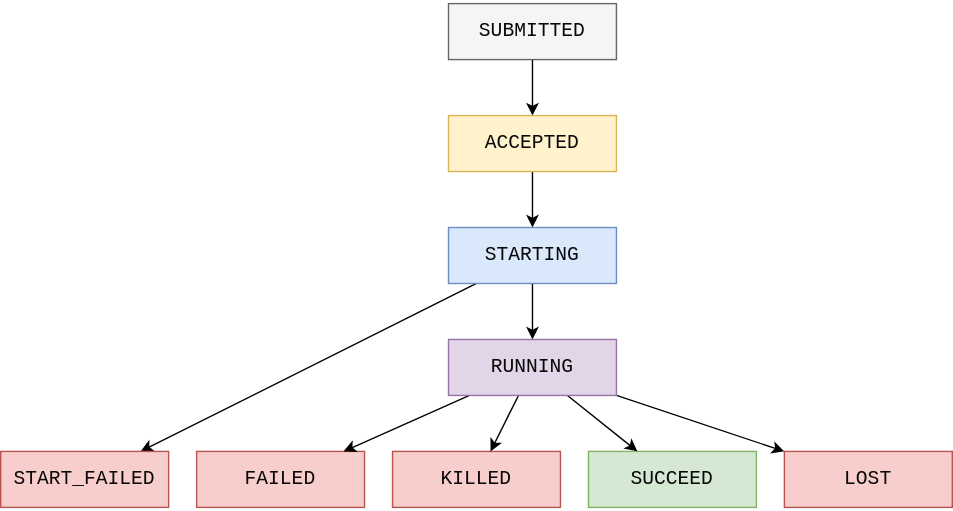
This is doc/assets/img/engine_execution_status.svg from rarexixi/maple, a draw.io export, as it was before one commit. Source tidied: cells renumbered, new cells last; positions are measured from the earlier drawing's top-left corner, leaving out a move shared by most shapes.
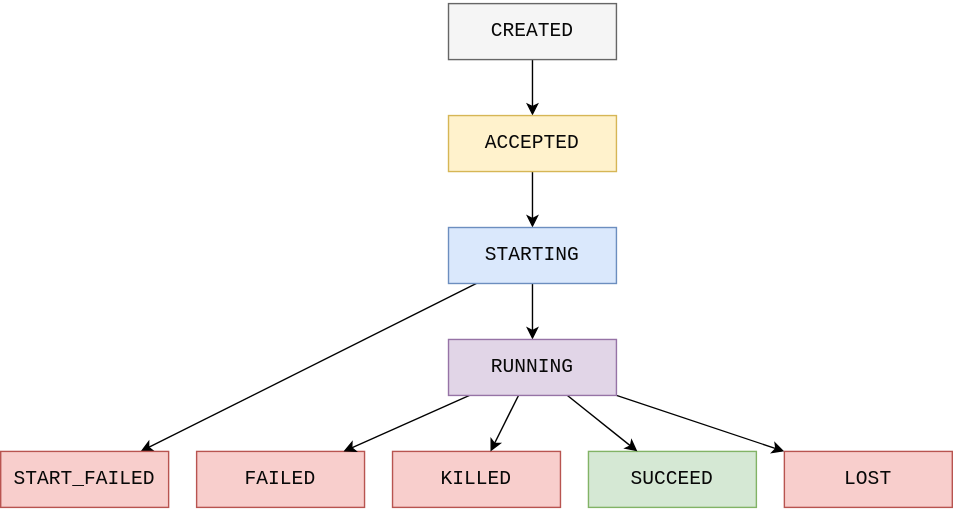
The same diagram one commit later.

Change to the diagram source:
```diff
@@ -5,7 +5,7 @@
     <mxCell id="2" style="edgeStyle=none;html=1;" parent="1" edge="1" source="3" target="7">
       <mxGeometry relative="1" as="geometry" />
     </mxCell>
-    <mxCell id="3" value="&lt;div style=&quot;color: rgb(8, 8, 8); font-family: &amp;quot;InconsolataGo Nerd Font Mono&amp;quot;, monospace; font-size: 10.5pt;&quot;&gt;&lt;p&gt;SUBMITTED&lt;/p&gt;&lt;/div&gt;" style="rounded=1;whiteSpace=wrap;html=1;arcSize=0;fillColor=#f5f5f5;strokeColor=#666666;fontColor=#333333;labelBackgroundColor=none;" parent="1" vertex="1">
+    <mxCell id="3" value="&lt;div style=&quot;color: rgb(8, 8, 8); font-family: &amp;quot;InconsolataGo Nerd Font Mono&amp;quot;, monospace; font-size: 10.5pt;&quot;&gt;&lt;p&gt;CREATED&lt;/p&gt;&lt;/div&gt;" style="rounded=1;whiteSpace=wrap;html=1;arcSize=0;fillColor=#f5f5f5;strokeColor=#666666;fontColor=#333333;labelBackgroundColor=none;" parent="1" vertex="1">
       <mxGeometry x="320" width="120" height="40" as="geometry" />
     </mxCell>
     <mxCell id="4" style="edgeStyle=none;html=1;" parent="1" edge="1" source="18" target="8">
```
